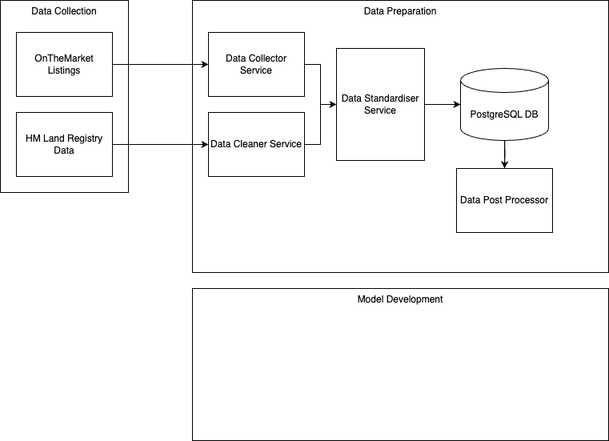
georn/final-project-uk-real-estate-recommendation-system keeps this draw.io diagram as reports/uk-real-estate-recommendation-system.drawio.png. Above is the earlier version. Source tidied: cells renumbered, new cells last; positions are measured from the earlier drawing's top-left corner, leaving out a move shared by most shapes.
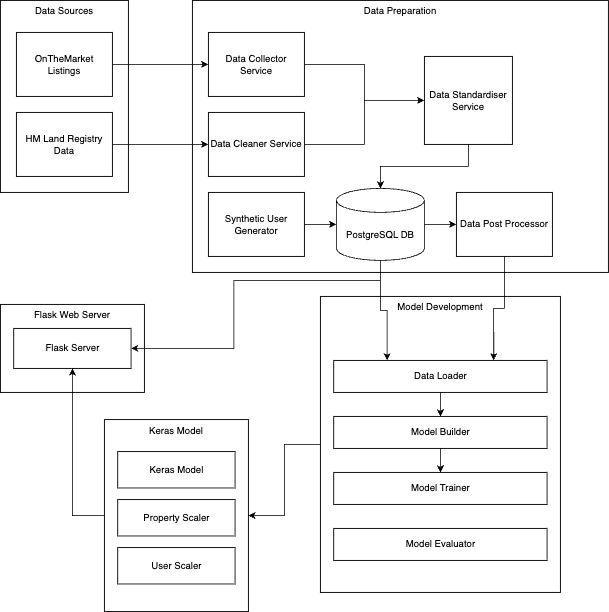
After the change.

Change to the diagram source:
```diff
@@ -2,7 +2,7 @@
   <root>
     <mxCell id="0" />
     <mxCell id="1" parent="0" />
-    <mxCell id="2" value="Data Collection" style="rounded=0;whiteSpace=wrap;html=1;shadow=0;fillColor=none;verticalAlign=top;" parent="1" vertex="1">
+    <mxCell id="2" value="Data Sources" style="rounded=0;whiteSpace=wrap;html=1;shadow=0;fillColor=none;verticalAlign=top;" parent="1" vertex="1">
       <mxGeometry width="160" height="240" as="geometry" />
     </mxCell>
     <mxCell id="3" style="edgeStyle=orthogonalEdgeStyle;rounded=0;jettySize=auto;html=1;entryX=0;entryY=0.5;entryDx=0;entryDy=0;" parent="1" edge="1" source="4" target="9">
@@ -32,28 +32,99 @@
     <mxCell id="11" value="Data Cleaner Service" style="rounded=0;whiteSpace=wrap;html=1;align=center;" parent="1" vertex="1">
       <mxGeometry x="260" y="140" width="120" height="80" as="geometry" />
     </mxCell>
+    <mxCell id="13" value="Data Standardiser Service" style="rounded=0;whiteSpace=wrap;html=1;align=center;" parent="1" vertex="1">
+      <mxGeometry x="530" y="70" width="110" height="110" as="geometry" />
+    </mxCell>
+    <mxCell id="19" style="edgeStyle=orthogonalEdgeStyle;rounded=0;jettySize=auto;html=1;entryX=0.75;entryY=0;entryDx=0;entryDy=0;" parent="1" edge="1" source="15" target="24">
+      <mxGeometry relative="1" as="geometry" />
+    </mxCell>
+    <mxCell id="15" value="Data Post Processor" style="rounded=0;whiteSpace=wrap;html=1;align=center;" parent="1" vertex="1">
+      <mxGeometry x="570" y="240" width="120" height="80" as="geometry" />
+    </mxCell>
+    <mxCell id="17" style="edgeStyle=orthogonalEdgeStyle;rounded=0;jettySize=auto;html=1;" parent="1" edge="1" source="18" target="15">
+      <mxGeometry relative="1" as="geometry" />
+    </mxCell>
+    <mxCell id="20" style="edgeStyle=orthogonalEdgeStyle;rounded=0;jettySize=auto;html=1;entryX=0.25;entryY=0;entryDx=0;entryDy=0;" parent="1" edge="1" source="18" target="24">
+      <mxGeometry relative="1" as="geometry" />
+    </mxCell>
+    <mxCell id="21" style="edgeStyle=orthogonalEdgeStyle;rounded=0;jettySize=auto;html=1;entryX=1;entryY=0.5;entryDx=0;entryDy=0;" parent="1" edge="1" source="18" target="33">
+      <mxGeometry relative="1" as="geometry">
+        <Array as="points">
+          <mxPoint x="475" y="350" />
+          <mxPoint x="292" y="350" />
+          <mxPoint x="292" y="435" />
+        </Array>
+      </mxGeometry>
+    </mxCell>
+    <mxCell id="18" value="PostgreSQL DB" style="shape=cylinder3;whiteSpace=wrap;html=1;boundedLbl=1;backgroundOutline=1;size=15;" parent="1" vertex="1">
+      <mxGeometry x="420" y="235" width="110" height="90" as="geometry" />
+    </mxCell>
+    <mxCell id="22" style="group;" parent="1" vertex="1">
+      <mxGeometry x="400" y="370" width="300" height="370" as="geometry" />
+    </mxCell>
+    <mxCell id="16" value="Model Development" style="rounded=0;whiteSpace=wrap;html=1;shadow=0;fillColor=none;verticalAlign=top;" parent="22" vertex="1">
+      <mxGeometry width="300" height="370" as="geometry" />
+    </mxCell>
+    <mxCell id="23" style="edgeStyle=orthogonalEdgeStyle;rounded=0;jettySize=auto;html=1;entryX=0.5;entryY=0;entryDx=0;entryDy=0;" parent="22" edge="1" source="24" target="26">
+      <mxGeometry relative="1" as="geometry" />
+    </mxCell>
+    <mxCell id="24" value="Data Loader" style="rounded=0;whiteSpace=wrap;html=1;align=center;" parent="22" vertex="1">
+      <mxGeometry x="16.7" y="80" width="266.7" height="40" as="geometry" />
+    </mxCell>
+    <mxCell id="25" style="edgeStyle=orthogonalEdgeStyle;rounded=0;jettySize=auto;html=1;entryX=0.5;entryY=0;entryDx=0;entryDy=0;" parent="22" edge="1" source="26" target="27">
+      <mxGeometry relative="1" as="geometry" />
+    </mxCell>
+    <mxCell id="26" value="Model Builder" style="rounded=0;whiteSpace=wrap;html=1;align=center;" parent="22" vertex="1">
+      <mxGeometry x="16.7" y="150" width="266.7" height="40" as="geometry" />
+    </mxCell>
+    <mxCell id="27" value="Model Trainer" style="rounded=0;whiteSpace=wrap;html=1;align=center;" parent="22" vertex="1">
+      <mxGeometry x="16.7" y="220" width="266.7" height="40" as="geometry" />
+    </mxCell>
+    <mxCell id="28" value="Model Evaluator" style="rounded=0;whiteSpace=wrap;html=1;align=center;" parent="22" vertex="1">
+      <mxGeometry x="16.7" y="290" width="266.7" height="40" as="geometry" />
+    </mxCell>
-    <mxCell id="12" style="edgeStyle=orthogonalEdgeStyle;rounded=0;jettySize=auto;html=1;entryX=0;entryY=0.5;entryDx=0;entryDy=0;entryPerimeter=0;" parent="1" edge="1" source="13" target="18">
+    <mxCell id="12" style="edgeStyle=orthogonalEdgeStyle;rounded=0;jettySize=auto;html=1;entryX=0.5;entryY=0;entryDx=0;entryDy=0;entryPerimeter=0;" parent="1" edge="1" source="13" target="18">
       <mxGeometry relative="1" as="geometry" />
     </mxCell>
-    <mxCell id="13" value="Data Standardiser Service" style="rounded=0;whiteSpace=wrap;html=1;align=center;" parent="1" vertex="1">
-      <mxGeometry x="420" y="60" width="110" height="140" as="geometry" />
-    </mxCell>
-    <mxCell id="14" style="edgeStyle=orthogonalEdgeStyle;rounded=0;jettySize=auto;html=1;" parent="1" edge="1" target="15">
-      <mxGeometry relative="1" as="geometry">
-        <mxPoint x="630" y="170" as="sourcePoint" />
-      </mxGeometry>
-    </mxCell>
-    <mxCell id="15" value="Data Post Processor" style="rounded=0;whiteSpace=wrap;html=1;align=center;" parent="1" vertex="1">
-      <mxGeometry x="570" y="210" width="120" height="80" as="geometry" />
-    </mxCell>
-    <mxCell id="16" value="Model Development" style="rounded=0;whiteSpace=wrap;html=1;shadow=0;fillColor=none;verticalAlign=top;" parent="1" vertex="1">
-      <mxGeometry x="240" y="360" width="520" height="190" as="geometry" />
-    </mxCell>
-    <mxCell id="17" style="edgeStyle=orthogonalEdgeStyle;rounded=0;jettySize=auto;html=1;" parent="1" edge="1" source="18" target="15">
-      <mxGeometry relative="1" as="geometry" />
-    </mxCell>
-    <mxCell id="18" value="PostgreSQL DB" style="shape=cylinder3;whiteSpace=wrap;html=1;boundedLbl=1;backgroundOutline=1;size=15;" parent="1" vertex="1">
-      <mxGeometry x="575" y="85" width="110" height="90" as="geometry" />
-    </mxCell>
+    <mxCell id="29" value="Synthetic User Generator" style="rounded=0;whiteSpace=wrap;html=1;align=center;" parent="1" vertex="1">
+      <mxGeometry x="260" y="240" width="120" height="80" as="geometry" />
+    </mxCell>
+    <mxCell id="30" style="edgeStyle=orthogonalEdgeStyle;rounded=0;jettySize=auto;html=1;entryX=0;entryY=0.5;entryDx=0;entryDy=0;entryPerimeter=0;" parent="1" edge="1" source="29" target="18">
+      <mxGeometry relative="1" as="geometry" />
+    </mxCell>
+    <mxCell id="31" style="group;" parent="1" vertex="1">
+      <mxGeometry y="380" width="180" height="110" as="geometry" />
+    </mxCell>
+    <mxCell id="32" value="Flask Web Server" style="rounded=0;whiteSpace=wrap;html=1;shadow=0;fillColor=none;verticalAlign=top;" parent="31" vertex="1">
+      <mxGeometry width="180" height="110" as="geometry" />
+    </mxCell>
+    <mxCell id="33" value="Flask Server" style="rounded=0;whiteSpace=wrap;html=1;align=center;" parent="31" vertex="1">
+      <mxGeometry x="16.7" y="30" width="146.7" height="50" as="geometry" />
+    </mxCell>
+    <mxCell id="34" style="group;" parent="1" vertex="1">
+      <mxGeometry x="130" y="524" width="180" height="240" as="geometry" />
+    </mxCell>
+    <mxCell id="35" value="Keras Model" style="rounded=0;whiteSpace=wrap;html=1;shadow=0;fillColor=none;verticalAlign=top;" parent="34" vertex="1">
+      <mxGeometry width="180" height="240" as="geometry" />
+    </mxCell>
+    <mxCell id="36" value="Keras Model" style="rounded=0;whiteSpace=wrap;html=1;align=center;" parent="34" vertex="1">
+      <mxGeometry x="16.7" y="40" width="146.7" height="45.5" as="geometry" />
+    </mxCell>
+    <mxCell id="37" value="Property Scaler" style="rounded=0;whiteSpace=wrap;html=1;align=center;" parent="34" vertex="1">
+      <mxGeometry x="16.7" y="100" width="146.7" height="45.5" as="geometry" />
+    </mxCell>
+    <mxCell id="38" value="User Scaler" style="rounded=0;whiteSpace=wrap;html=1;align=center;" parent="34" vertex="1">
+      <mxGeometry x="16.7" y="160" width="146.7" height="45.5" as="geometry" />
+    </mxCell>
+    <mxCell id="39" style="edgeStyle=orthogonalEdgeStyle;rounded=0;jettySize=auto;html=1;entryX=0.5;entryY=1;entryDx=0;entryDy=0;" parent="1" edge="1" source="35" target="33">
+      <mxGeometry relative="1" as="geometry">
+        <Array as="points">
+          <mxPoint x="90" y="644" />
+        </Array>
+      </mxGeometry>
+    </mxCell>
+    <mxCell id="40" style="edgeStyle=orthogonalEdgeStyle;rounded=0;jettySize=auto;html=1;entryX=1;entryY=0.5;entryDx=0;entryDy=0;" parent="1" edge="1" source="16" target="35">
+      <mxGeometry relative="1" as="geometry" />
+    </mxCell>
   </root>
 </mxGraphModel>
```
